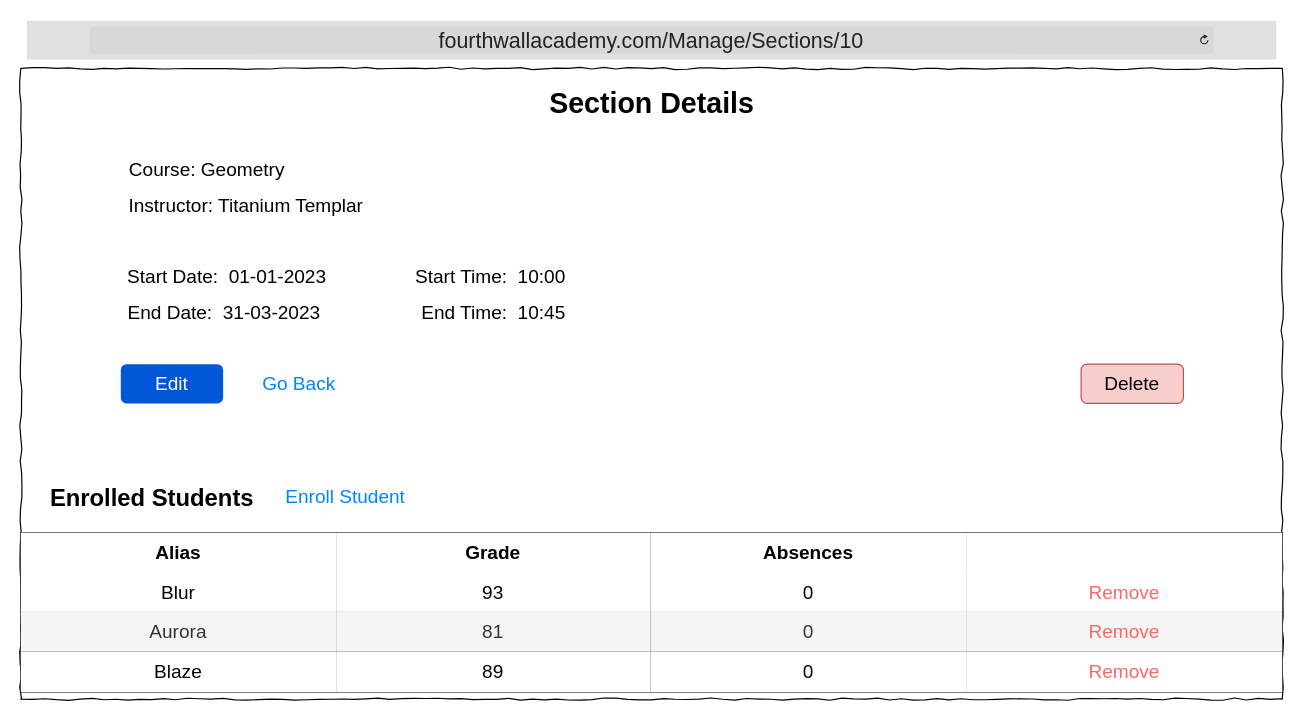
TRed91/4thWallAcademy keeps this draw.io diagram as page "Page-1" (1 of 2) of DesignDocument/Wireframes/4hWallAcademy_Sections_Details.drawio. Above is the earlier version. Source tidied: cells renumbered, new cells numbered last; positions are measured from the earlier drawing's top-left corner, leaving out a move shared by most shapes. Both pictures are drawn from the tidied source at 119%, with x=0, y=0 at pixel (20, 20).
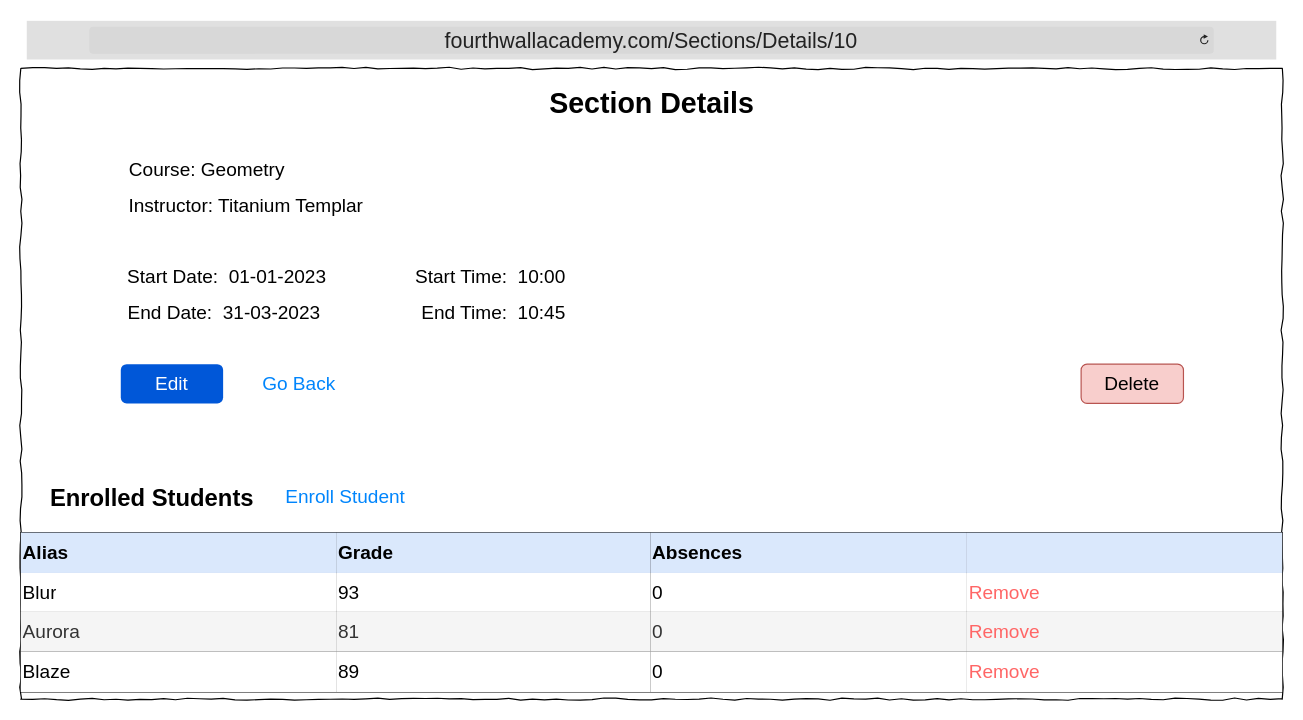
Above is the later version.

Unchanged cells that the change refers to:
```xml
<mxCell id="15" style="shape=tableRow;horizontal=0;startSize=0;swimlaneHead=0;swimlaneBody=0;strokeColor=inherit;top=0;left=0;bottom=0;right=0;fillColor=none;fontSize=16;" parent="14" vertex="1">
  <mxGeometry width="1060" height="34" as="geometry" />
</mxCell>
<mxCell id="20" style="shape=tableRow;horizontal=0;startSize=0;swimlaneHead=0;swimlaneBody=0;strokeColor=inherit;top=0;left=0;bottom=0;right=0;fillColor=none;fontSize=16;" parent="14" vertex="1">
  <mxGeometry y="34" width="1060" height="32" as="geometry" />
</mxCell>
<mxCell id="25" style="shape=tableRow;horizontal=0;startSize=0;swimlaneHead=0;swimlaneBody=0;strokeColor=inherit;top=0;left=0;bottom=0;right=0;fillColor=none;fontSize=16;" parent="14" vertex="1">
  <mxGeometry y="66" width="1060" height="34" as="geometry" />
</mxCell>
<mxCell id="30" style="shape=tableRow;horizontal=0;startSize=0;swimlaneHead=0;swimlaneBody=0;strokeColor=inherit;top=0;left=0;bottom=0;right=0;fillColor=none;fontSize=16;" parent="14" vertex="1">
  <mxGeometry y="100" width="1060" height="34" as="geometry" />
</mxCell>
```

The edit, as a diff of the source:
```diff
@@
-    <mxCell id="3" value="&lt;font style=&quot;font-size: 18px;&quot;&gt;fourthwallacademy.com/Manage/Sections/10&lt;/font&gt;" style="html=1;strokeWidth=1;shadow=0;dashed=0;shape=mxgraph.ios7ui.url;fillColor=#e0e0e0;strokeColor=#c0c0c0;buttonText=;strokeColor2=#222222;fontColor=#222222;fontSize=8;spacingTop=2;align=center;whiteSpace=wrap;" parent="1" vertex="1">
+    <mxCell id="3" value="&lt;font style=&quot;font-size: 18px;&quot;&gt;fourthwallacademy.com/Sections/Details/10&lt;/font&gt;" style="html=1;strokeWidth=1;shadow=0;dashed=0;shape=mxgraph.ios7ui.url;fillColor=#e0e0e0;strokeColor=#c0c0c0;buttonText=;strokeColor2=#222222;fontColor=#222222;fontSize=8;spacingTop=2;align=center;whiteSpace=wrap;" parent="1" vertex="1">
       <mxGeometry x="5" width="1050" height="32.5" as="geometry" />
     </mxCell>
@@
-    <mxCell id="16" value="&lt;b&gt;Alias&lt;/b&gt;" style="shape=partialRectangle;html=1;whiteSpace=wrap;overflow=hidden;top=0;left=0;bottom=0;right=0;fontSize=16;" parent="15" vertex="1">
+    <mxCell id="16" value="&lt;b&gt;Alias&lt;/b&gt;" style="shape=partialRectangle;html=1;whiteSpace=wrap;overflow=hidden;top=0;left=0;bottom=0;right=0;fontSize=16;fillColor=#dae8fc;strokeColor=#6c8ebf;align=left;" parent="15" vertex="1">
       <mxGeometry width="265" height="34" as="geometry" />
     </mxCell>
-    <mxCell id="17" value="&lt;b&gt;Grade&lt;/b&gt;" style="shape=partialRectangle;html=1;whiteSpace=wrap;overflow=hidden;top=0;left=0;bottom=0;right=0;fontSize=16;" parent="15" vertex="1">
+    <mxCell id="17" value="&lt;b&gt;Grade&lt;/b&gt;" style="shape=partialRectangle;html=1;whiteSpace=wrap;overflow=hidden;top=0;left=0;bottom=0;right=0;fontSize=16;fillColor=#dae8fc;strokeColor=#6c8ebf;align=left;" parent="15" vertex="1">
       <mxGeometry x="265" width="264" height="34" as="geometry" />
     </mxCell>
-    <mxCell id="18" value="&lt;b&gt;Absences&lt;/b&gt;" style="shape=partialRectangle;html=1;whiteSpace=wrap;overflow=hidden;top=0;left=0;bottom=0;right=0;fontSize=16;" parent="15" vertex="1">
+    <mxCell id="18" value="&lt;b&gt;Absences&lt;/b&gt;" style="shape=partialRectangle;html=1;whiteSpace=wrap;overflow=hidden;top=0;left=0;bottom=0;right=0;fontSize=16;fillColor=#dae8fc;strokeColor=#6c8ebf;align=left;" parent="15" vertex="1">
       <mxGeometry x="529" width="266" height="34" as="geometry" />
     </mxCell>
-    <mxCell id="19" style="shape=partialRectangle;html=1;whiteSpace=wrap;overflow=hidden;top=0;left=0;bottom=0;right=0;fontSize=16;" parent="15" vertex="1">
+    <mxCell id="19" style="shape=partialRectangle;html=1;whiteSpace=wrap;overflow=hidden;top=0;left=0;bottom=0;right=0;fontSize=16;fillColor=#dae8fc;strokeColor=#6c8ebf;align=left;" parent="15" vertex="1">
       <mxGeometry x="795" width="265" height="34" as="geometry" />
     </mxCell>
@@
-    <mxCell id="21" value="Blur" style="shape=partialRectangle;html=1;whiteSpace=wrap;overflow=hidden;top=0;left=0;bottom=0;right=0;fontSize=16;" parent="20" vertex="1">
+    <mxCell id="21" value="Blur" style="shape=partialRectangle;html=1;whiteSpace=wrap;overflow=hidden;top=0;left=0;bottom=0;right=0;fontSize=16;align=left;" parent="20" vertex="1">
       <mxGeometry width="265" height="32" as="geometry" />
     </mxCell>
-    <mxCell id="22" value="93" style="shape=partialRectangle;html=1;whiteSpace=wrap;overflow=hidden;top=0;left=0;bottom=0;right=0;fontSize=16;" parent="20" vertex="1">
+    <mxCell id="22" value="93" style="shape=partialRectangle;html=1;whiteSpace=wrap;overflow=hidden;top=0;left=0;bottom=0;right=0;fontSize=16;align=left;" parent="20" vertex="1">
       <mxGeometry x="265" width="264" height="32" as="geometry" />
     </mxCell>
-    <mxCell id="23" value="0" style="shape=partialRectangle;html=1;whiteSpace=wrap;overflow=hidden;top=0;left=0;bottom=0;right=0;fontSize=16;" parent="20" vertex="1">
+    <mxCell id="23" value="0" style="shape=partialRectangle;html=1;whiteSpace=wrap;overflow=hidden;top=0;left=0;bottom=0;right=0;fontSize=16;align=left;" parent="20" vertex="1">
       <mxGeometry x="529" width="266" height="32" as="geometry" />
     </mxCell>
-    <mxCell id="24" value="&lt;font color=&quot;#ff6666&quot;&gt;Remove&lt;/font&gt;" style="shape=partialRectangle;html=1;whiteSpace=wrap;overflow=hidden;top=0;left=0;bottom=0;right=0;fontSize=16;" parent="20" vertex="1">
+    <mxCell id="24" value="&lt;font color=&quot;#ff6666&quot;&gt;Remove&lt;/font&gt;" style="shape=partialRectangle;html=1;whiteSpace=wrap;overflow=hidden;top=0;left=0;bottom=0;right=0;fontSize=16;align=left;" parent="20" vertex="1">
       <mxGeometry x="795" width="265" height="32" as="geometry" />
     </mxCell>
@@
-    <mxCell id="26" value="Aurora" style="shape=partialRectangle;html=1;whiteSpace=wrap;overflow=hidden;top=0;left=0;bottom=0;right=0;fontSize=16;fillColor=#f5f5f5;fontColor=#333333;strokeColor=#666666;" parent="25" vertex="1">
+    <mxCell id="26" value="Aurora" style="shape=partialRectangle;html=1;whiteSpace=wrap;overflow=hidden;top=0;left=0;bottom=0;right=0;fontSize=16;fillColor=#f5f5f5;fontColor=#333333;strokeColor=#666666;align=left;" parent="25" vertex="1">
       <mxGeometry width="265" height="34" as="geometry" />
     </mxCell>
-    <mxCell id="27" value="81" style="shape=partialRectangle;html=1;whiteSpace=wrap;overflow=hidden;top=0;left=0;bottom=0;right=0;fontSize=16;fillColor=#f5f5f5;fontColor=#333333;strokeColor=#666666;" parent="25" vertex="1">
+    <mxCell id="27" value="81" style="shape=partialRectangle;html=1;whiteSpace=wrap;overflow=hidden;top=0;left=0;bottom=0;right=0;fontSize=16;fillColor=#f5f5f5;fontColor=#333333;strokeColor=#666666;align=left;" parent="25" vertex="1">
       <mxGeometry x="265" width="264" height="34" as="geometry" />
     </mxCell>
-    <mxCell id="28" value="0" style="shape=partialRectangle;html=1;whiteSpace=wrap;overflow=hidden;top=0;left=0;bottom=0;right=0;fontSize=16;fillColor=#f5f5f5;fontColor=#333333;strokeColor=#666666;" parent="25" vertex="1">
+    <mxCell id="28" value="0" style="shape=partialRectangle;html=1;whiteSpace=wrap;overflow=hidden;top=0;left=0;bottom=0;right=0;fontSize=16;fillColor=#f5f5f5;fontColor=#333333;strokeColor=#666666;align=left;" parent="25" vertex="1">
       <mxGeometry x="529" width="266" height="34" as="geometry" />
     </mxCell>
-    <mxCell id="29" value="&lt;font color=&quot;#ff6666&quot;&gt;Remove&lt;/font&gt;" style="shape=partialRectangle;html=1;whiteSpace=wrap;overflow=hidden;top=0;left=0;bottom=0;right=0;fontSize=16;fillColor=#f5f5f5;fontColor=#333333;strokeColor=#666666;" parent="25" vertex="1">
+    <mxCell id="29" value="&lt;font color=&quot;#ff6666&quot;&gt;Remove&lt;/font&gt;" style="shape=partialRectangle;html=1;whiteSpace=wrap;overflow=hidden;top=0;left=0;bottom=0;right=0;fontSize=16;fillColor=#f5f5f5;fontColor=#333333;strokeColor=#666666;align=left;" parent="25" vertex="1">
       <mxGeometry x="795" width="265" height="34" as="geometry" />
     </mxCell>
@@
-    <mxCell id="31" value="Blaze" style="shape=partialRectangle;html=1;whiteSpace=wrap;overflow=hidden;top=0;left=0;bottom=0;right=0;fontSize=16;" parent="30" vertex="1">
+    <mxCell id="31" value="Blaze" style="shape=partialRectangle;html=1;whiteSpace=wrap;overflow=hidden;top=0;left=0;bottom=0;right=0;fontSize=16;align=left;" parent="30" vertex="1">
       <mxGeometry width="265" height="34" as="geometry" />
     </mxCell>
-    <mxCell id="32" value="89" style="shape=partialRectangle;html=1;whiteSpace=wrap;overflow=hidden;top=0;left=0;bottom=0;right=0;fontSize=16;" parent="30" vertex="1">
+    <mxCell id="32" value="89" style="shape=partialRectangle;html=1;whiteSpace=wrap;overflow=hidden;top=0;left=0;bottom=0;right=0;fontSize=16;align=left;" parent="30" vertex="1">
       <mxGeometry x="265" width="264" height="34" as="geometry" />
     </mxCell>
-    <mxCell id="33" value="0" style="shape=partialRectangle;html=1;whiteSpace=wrap;overflow=hidden;top=0;left=0;bottom=0;right=0;fontSize=16;" parent="30" vertex="1">
+    <mxCell id="33" value="0" style="shape=partialRectangle;html=1;whiteSpace=wrap;overflow=hidden;top=0;left=0;bottom=0;right=0;fontSize=16;align=left;" parent="30" vertex="1">
       <mxGeometry x="529" width="266" height="34" as="geometry" />
     </mxCell>
-    <mxCell id="34" value="&lt;font color=&quot;#ff6666&quot;&gt;Remove&lt;/font&gt;" style="shape=partialRectangle;html=1;whiteSpace=wrap;overflow=hidden;top=0;left=0;bottom=0;right=0;fontSize=16;" parent="30" vertex="1">
+    <mxCell id="34" value="&lt;font color=&quot;#ff6666&quot;&gt;Remove&lt;/font&gt;" style="shape=partialRectangle;html=1;whiteSpace=wrap;overflow=hidden;top=0;left=0;bottom=0;right=0;fontSize=16;align=left;" parent="30" vertex="1">
       <mxGeometry x="795" width="265" height="34" as="geometry" />
     </mxCell>
```
